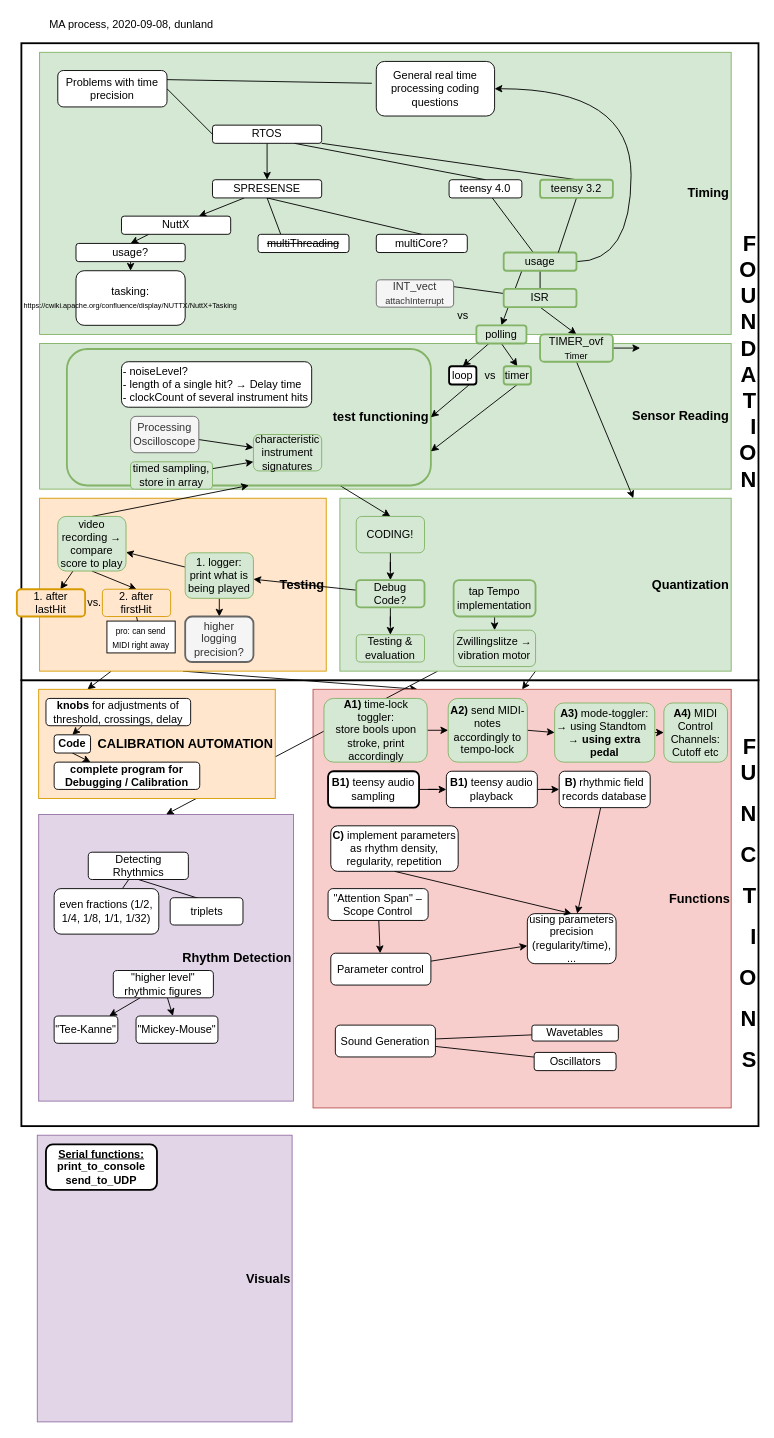
dunland/muscle keeps this draw.io diagram as page "current" (1 of 5) of Doc/MA_progress.drawio. Above is the earlier version. Source tidied: cells renumbered, new cells numbered last; positions are measured from the earlier drawing's top-left corner, leaving out a move shared by most shapes. Both pictures are drawn from the tidied source at 91%, with x=0, y=0 at pixel (16, 15).
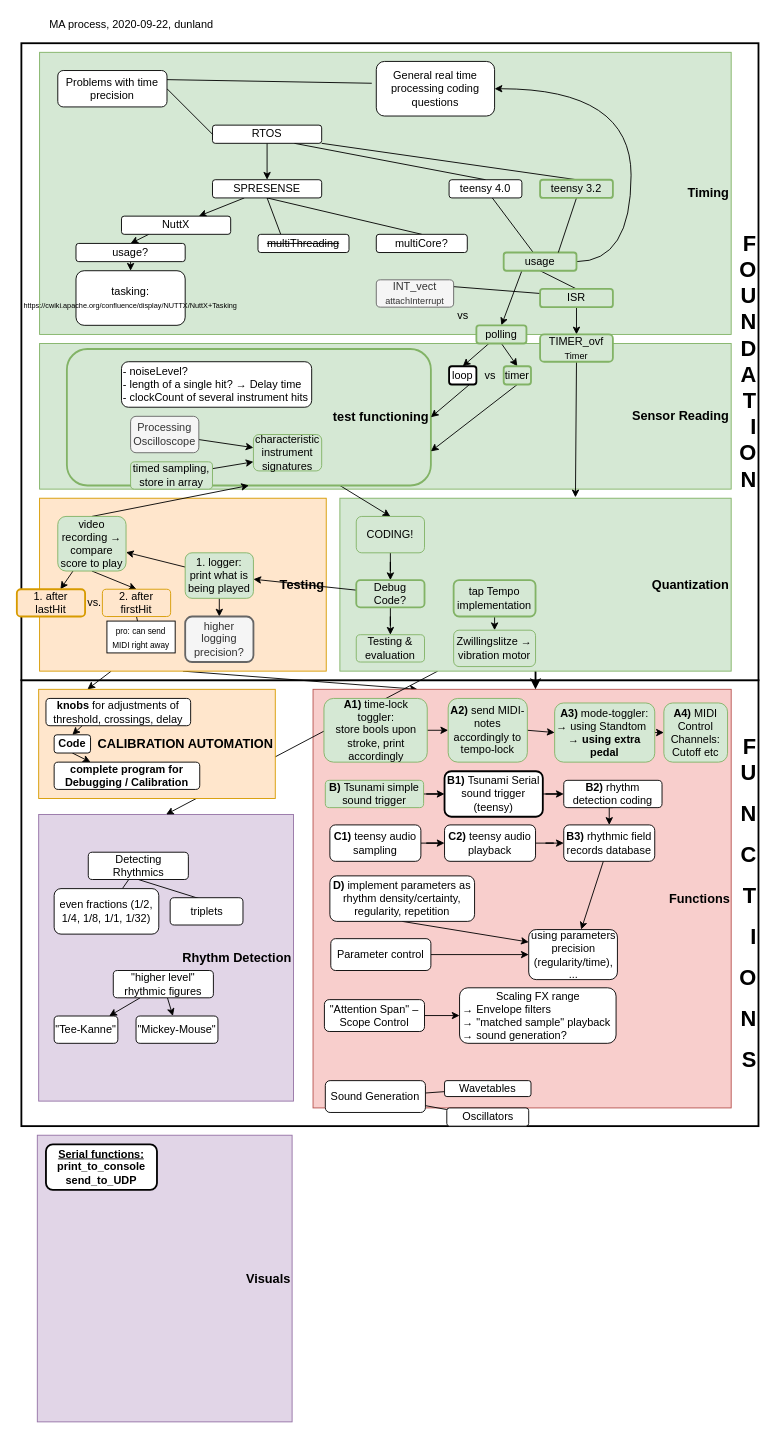
The same diagram, later.

Commit message (it also covers changes not shown here):
testing Tsunami setup

Unchanged cells that the change refers to:
```xml
<mxCell id="35" value="&lt;font size=&quot;1&quot;&gt;&lt;b style=&quot;font-size: 14px&quot;&gt;Functions&lt;br&gt;&lt;/b&gt;&lt;/font&gt;" style="rounded=0;whiteSpace=wrap;html=1;align=right;fillColor=#f8cecc;strokeColor=#b85450;" parent="1" vertex="1">
  <mxGeometry x="325.5" y="740" width="459.5" height="460" as="geometry" />
</mxCell>
<mxCell id="58" value="&lt;font size=&quot;1&quot;&gt;&lt;b style=&quot;font-size: 14px&quot;&gt;Quantization&lt;br&gt;&lt;/b&gt;&lt;/font&gt;" style="rounded=0;whiteSpace=wrap;html=1;align=right;strokeColor=#82b366;fillColor=#d5e8d4;" parent="1" vertex="1">
  <mxGeometry x="355" y="530" width="430" height="190" as="geometry" />
</mxCell>
<mxCell id="66" value="TIMER_ovf&lt;br style=&quot;font-size: 8px&quot;&gt;&lt;font size=&quot;1&quot;&gt;Timer&lt;/font&gt;" style="rounded=1;whiteSpace=wrap;html=1;strokeWidth=2;fillColor=#d5e8d4;strokeColor=#82b366;" parent="1" vertex="1">
  <mxGeometry x="575" y="350" width="80" height="30" as="geometry" />
</mxCell>
```

What changed in the source:
```diff
@@
     <mxCell id="38" value="Sound Generation" style="rounded=1;whiteSpace=wrap;html=1;" parent="1" vertex="1">
-      <mxGeometry x="350" y="1109" width="110" height="35" as="geometry" />
+      <mxGeometry x="339" y="1170" width="110" height="35" as="geometry" />
     </mxCell>
     <mxCell id="39" value="Wavetables" style="rounded=1;whiteSpace=wrap;html=1;" parent="1" vertex="1">
-      <mxGeometry x="566" y="1109" width="95" height="17.5" as="geometry" />
+      <mxGeometry x="470" y="1170" width="95" height="17.5" as="geometry" />
     </mxCell>
     <mxCell id="40" value="Oscillators" style="rounded=1;whiteSpace=wrap;html=1;" parent="1" vertex="1">
-      <mxGeometry x="568.5" y="1139" width="90" height="20" as="geometry" />
+      <mxGeometry x="472.5" y="1200" width="90" height="20" as="geometry" />
     </mxCell>
-    <mxCell id="41" style="edgeStyle=none;rounded=0;jettySize=auto;html=1;" parent="1" edge="1" source="42" target="44">
-      <mxGeometry relative="1" as="geometry" />
-    </mxCell>
     <mxCell id="42" value="&quot;Attention Span&quot; ‒ Scope Control" style="rounded=1;whiteSpace=wrap;html=1;" parent="1" vertex="1">
-      <mxGeometry x="342" y="959" width="110" height="35" as="geometry" />
+      <mxGeometry x="338" y="1081" width="110" height="35" as="geometry" />
     </mxCell>
@@
     <mxCell id="44" value="Parameter control" style="rounded=1;whiteSpace=wrap;html=1;" parent="1" vertex="1">
-      <mxGeometry x="345" y="1030" width="110" height="35" as="geometry" />
+      <mxGeometry x="345" y="1014" width="110" height="35" as="geometry" />
     </mxCell>
@@
-    <mxCell id="55" value="&lt;div align=&quot;left&quot;&gt;MA process, 2020-09-08, dunland&lt;br&gt;&lt;/div&gt;" style="text;html=1;strokeColor=none;fillColor=none;align=left;verticalAlign=middle;whiteSpace=wrap;rounded=0;" parent="1" vertex="1">
+    <mxCell id="55" value="&lt;div align=&quot;left&quot;&gt;MA process, 2020-09-22, dunland&lt;br&gt;&lt;/div&gt;" style="text;html=1;strokeColor=none;fillColor=none;align=left;verticalAlign=middle;whiteSpace=wrap;rounded=0;" parent="1" vertex="1">
       <mxGeometry x="34" width="350" height="20" as="geometry" />
     </mxCell>
@@
-    <mxCell id="57" style="rounded=0;jettySize=auto;html=1;exitX=0.5;exitY=1;exitDx=0;exitDy=0;entryX=0.5;entryY=0;entryDx=0;entryDy=0;" parent="1" edge="1" source="58" target="35">
+    <mxCell id="57" style="rounded=0;jettySize=auto;html=1;exitX=0.5;exitY=1;exitDx=0;exitDy=0;entryX=0.532;entryY=0;entryDx=0;entryDy=0;entryPerimeter=0;strokeWidth=2;" parent="1" edge="1" source="58" target="35">
       <mxGeometry relative="1" as="geometry" />
     </mxCell>
@@
     <mxCell id="61" value="ISR" style="rounded=1;whiteSpace=wrap;html=1;strokeWidth=2;fillColor=#d5e8d4;strokeColor=#82b366;" parent="1" vertex="1">
-      <mxGeometry x="535" y="300" width="80" height="20" as="geometry" />
+      <mxGeometry x="575" y="300" width="80" height="20" as="geometry" />
     </mxCell>
@@
-    <mxCell id="64" style="edgeStyle=none;rounded=0;jumpStyle=none;jettySize=auto;html=1;exitX=0.5;exitY=1;exitDx=0;exitDy=0;entryX=0.75;entryY=0;entryDx=0;entryDy=0;startArrow=none;startFill=0;endArrow=classic;endFill=1;" parent="1" edge="1" source="66" target="58">
+    <mxCell id="64" style="edgeStyle=none;rounded=0;jumpStyle=none;jettySize=auto;html=1;exitX=0.5;exitY=1;exitDx=0;exitDy=0;entryX=0.602;entryY=-0.005;entryDx=0;entryDy=0;startArrow=none;startFill=0;endArrow=classic;endFill=1;entryPerimeter=0;" parent="1" edge="1" source="66" target="58">
       <mxGeometry relative="1" as="geometry" />
     </mxCell>
-    <mxCell id="65" style="edgeStyle=none;rounded=0;jettySize=auto;html=1;startArrow=none;startFill=0;" parent="1" edge="1" source="66">
-      <mxGeometry relative="1" as="geometry">
-        <mxPoint x="685" y="365" as="targetPoint" />
-      </mxGeometry>
-    </mxCell>
@@
     <mxCell id="115" value="using parameters precision (regularity/time), ..." style="rounded=1;whiteSpace=wrap;html=1;strokeWidth=1;" parent="1" vertex="1">
-      <mxGeometry x="561" y="986.5" width="97.5" height="55" as="geometry" />
+      <mxGeometry x="562.5" y="1004" width="97.5" height="55" as="geometry" />
     </mxCell>
@@
-    <mxCell id="122" style="edgeStyle=none;rounded=0;jettySize=auto;html=1;exitX=0.5;exitY=1;exitDx=0;exitDy=0;entryX=0.5;entryY=0;entryDx=0;entryDy=0;endArrow=classic;endFill=1;" parent="1" edge="1" source="123" target="115">
+    <mxCell id="122" style="edgeStyle=none;rounded=0;jettySize=auto;html=1;exitX=0.5;exitY=1;exitDx=0;exitDy=0;entryX=0;entryY=0.25;entryDx=0;entryDy=0;endArrow=classic;endFill=1;" parent="1" edge="1" source="123" target="115">
       <mxGeometry relative="1" as="geometry" />
     </mxCell>
-    <mxCell id="123" value="&lt;b&gt;C)&lt;/b&gt;&amp;nbsp;implement parameters as rhythm density, regularity, repetition" style="rounded=1;whiteSpace=wrap;html=1;" parent="1" vertex="1">
-      <mxGeometry x="345" y="890" width="140" height="50" as="geometry" />
+    <mxCell id="123" value="&lt;b&gt;D)&lt;/b&gt;&amp;nbsp;implement parameters as rhythm density/certainty, regularity, repetition" style="rounded=1;whiteSpace=wrap;html=1;" parent="1" vertex="1">
+      <mxGeometry x="344" y="945" width="159" height="50" as="geometry" />
     </mxCell>
@@
-    <mxCell id="126" value="&lt;b&gt;B1)&lt;/b&gt;&amp;nbsp;teensy audio sampling" style="rounded=1;whiteSpace=wrap;html=1;strokeWidth=2;" parent="1" vertex="1">
-      <mxGeometry x="342" y="830" width="100" height="40" as="geometry" />
+    <mxCell id="126" value="&lt;b&gt;C1)&lt;/b&gt;&amp;nbsp;teensy audio sampling" style="rounded=1;whiteSpace=wrap;html=1;strokeWidth=1;" parent="1" vertex="1">
+      <mxGeometry x="344" y="889" width="100" height="40" as="geometry" />
     </mxCell>
-    <mxCell id="127" value="&lt;b&gt;B)&lt;/b&gt; rhythmic field records database" style="rounded=1;whiteSpace=wrap;html=1;strokeWidth=1;" parent="1" vertex="1">
-      <mxGeometry x="596" y="830" width="100" height="40" as="geometry" />
+    <mxCell id="127" value="&lt;b&gt;B3)&lt;/b&gt; rhythmic field records database" style="rounded=1;whiteSpace=wrap;html=1;strokeWidth=1;" parent="1" vertex="1">
+      <mxGeometry x="601" y="889" width="100" height="40" as="geometry" />
     </mxCell>
@@
-    <mxCell id="129" value="&lt;b&gt;B1)&lt;/b&gt;&amp;nbsp;teensy audio playback" style="rounded=1;whiteSpace=wrap;html=1;strokeWidth=1;" parent="1" vertex="1">
-      <mxGeometry x="472" y="830" width="100" height="40" as="geometry" />
+    <mxCell id="129" value="&lt;b&gt;C2)&lt;/b&gt;&amp;nbsp;teensy audio playback" style="rounded=1;whiteSpace=wrap;html=1;strokeWidth=1;" parent="1" vertex="1">
+      <mxGeometry x="470" y="889" width="100" height="40" as="geometry" />
     </mxCell>
@@
+    <mxCell id="132" value="Scaling FX range &lt;br&gt;&lt;div style=&quot;text-align: left&quot;&gt;&lt;span&gt;→ Envelope filters&lt;/span&gt;&lt;/div&gt;&lt;div style=&quot;text-align: left&quot;&gt;&lt;span&gt;→ &quot;matched sample&quot; playback&amp;nbsp;&lt;/span&gt;&lt;/div&gt;&lt;div style=&quot;text-align: left&quot;&gt;&lt;span&gt;→ sound generation?&lt;/span&gt;&lt;/div&gt;" style="rounded=1;whiteSpace=wrap;html=1;" parent="1" vertex="1">
+      <mxGeometry x="486.5" y="1068" width="172" height="61" as="geometry" />
+    </mxCell>
+    <mxCell id="133" style="edgeStyle=none;rounded=0;jettySize=auto;html=1;" parent="1" edge="1" source="42" target="132">
+      <mxGeometry relative="1" as="geometry" />
+    </mxCell>
+    <mxCell id="134" style="edgeStyle=orthogonalEdgeStyle;rounded=0;jettySize=auto;html=1;" parent="1" edge="1" source="135" target="137">
+      <mxGeometry relative="1" as="geometry" />
+    </mxCell>
+    <mxCell id="135" value="&lt;b&gt;B)&lt;/b&gt;&amp;nbsp;Tsunami simple sound trigger" style="rounded=1;whiteSpace=wrap;html=1;strokeWidth=1;fillColor=#d5e8d4;strokeColor=#82b366;" parent="1" vertex="1">
+      <mxGeometry x="339" y="840" width="108" height="30" as="geometry" />
+    </mxCell>
+    <mxCell id="136" style="edgeStyle=orthogonalEdgeStyle;rounded=0;jettySize=auto;html=1;" parent="1" edge="1" source="137" target="139">
+      <mxGeometry relative="1" as="geometry" />
+    </mxCell>
+    <mxCell id="137" value="&lt;b&gt;B1)&lt;/b&gt;&amp;nbsp;Tsunami Serial sound trigger&lt;br&gt;(teensy)" style="rounded=1;whiteSpace=wrap;html=1;strokeWidth=2;" parent="1" vertex="1">
+      <mxGeometry x="470" y="830" width="108" height="50" as="geometry" />
+    </mxCell>
+    <mxCell id="138" style="edgeStyle=orthogonalEdgeStyle;rounded=0;jettySize=auto;html=1;exitX=0.5;exitY=1;exitDx=0;exitDy=0;entryX=0.5;entryY=0;entryDx=0;entryDy=0;" parent="1" edge="1" source="139" target="127">
+      <mxGeometry relative="1" as="geometry" />
+    </mxCell>
+    <mxCell id="139" value="&lt;b&gt;B2)&lt;/b&gt;&amp;nbsp;rhythm detection coding" style="rounded=1;whiteSpace=wrap;html=1;" parent="1" vertex="1">
+      <mxGeometry x="601" y="840" width="108" height="30" as="geometry" />
+    </mxCell>
```
